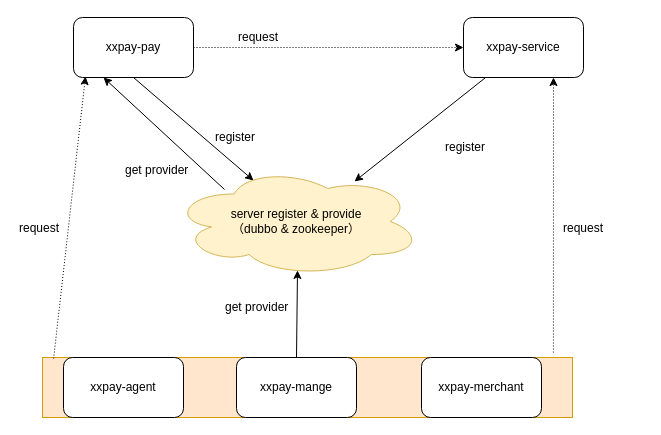
Before: xxpay-dependency-details.drawio in dengjunwen/UML, a draw.io diagram. Source tidied: cells renumbered, new cells numbered last; positions are measured from the earlier drawing's top-left corner, leaving out a move shared by most shapes. Both pictures are drawn from the tidied source at 100%, with x=0, y=0 at pixel (17, 17).
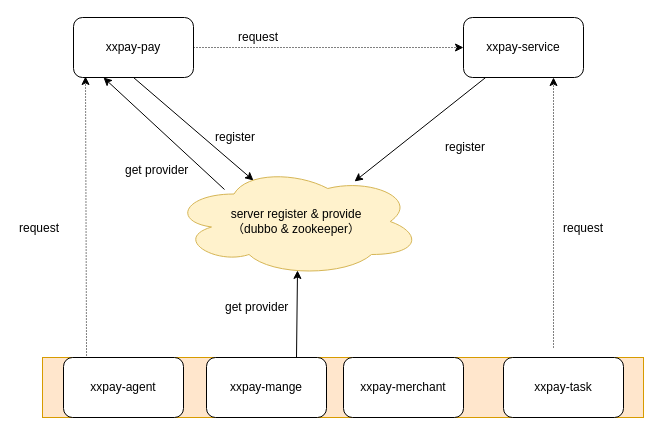
The same page after the edit.

The change refers to these unchanged cells:
```xml
<mxCell id="3" value="xxpay-service" style="rounded=1;whiteSpace=wrap;html=1;" parent="1" vertex="1">
  <mxGeometry x="446" width="120" height="60" as="geometry" />
</mxCell>
<mxCell id="4" value="xxpay-pay" style="rounded=1;whiteSpace=wrap;html=1;" parent="1" vertex="1">
  <mxGeometry x="56" width="120" height="60" as="geometry" />
</mxCell>
<mxCell id="6" value="server register &amp;amp; provide&lt;br&gt;（dubbo &amp;amp; zookeeper）" style="ellipse;shape=cloud;whiteSpace=wrap;html=1;fillColor=#fff2cc;strokeColor=#d6b656;" parent="1" vertex="1">
  <mxGeometry x="154" y="149" width="250" height="110" as="geometry" />
</mxCell>
<mxCell id="11" value="xxpay-agent" style="rounded=1;whiteSpace=wrap;html=1;" parent="1" vertex="1">
  <mxGeometry x="46" y="340" width="120" height="60" as="geometry" />
</mxCell>
```

Change to the diagram source:
```diff
@@
     <mxCell id="2" style="rounded=0;whiteSpace=wrap;html=1;fillColor=#ffe6cc;strokeColor=#d79b00;" parent="1" vertex="1">
-      <mxGeometry x="25" y="340" width="530" height="60" as="geometry" />
+      <mxGeometry x="25" y="340" width="601" height="60" as="geometry" />
     </mxCell>
@@
-    <mxCell id="10" value="xxpay-mange" style="rounded=1;whiteSpace=wrap;html=1;" parent="1" vertex="1">
-      <mxGeometry x="219" y="340" width="120" height="60" as="geometry" />
-    </mxCell>
@@
     <mxCell id="12" value="xxpay-merchant" style="rounded=1;whiteSpace=wrap;html=1;" parent="1" vertex="1">
-      <mxGeometry x="404" y="340" width="120" height="60" as="geometry" />
+      <mxGeometry x="326" y="340" width="120" height="60" as="geometry" />
     </mxCell>
-    <mxCell id="13" style="endArrow=classic;html=1;entryX=0.504;entryY=0.945;entryDx=0;entryDy=0;entryPerimeter=0;exitX=0.5;exitY=0;exitDx=0;exitDy=0;" parent="1" edge="1" source="10" target="6">
-      <mxGeometry relative="1" as="geometry" />
+    <mxCell id="13" style="endArrow=classic;html=1;entryX=0.504;entryY=0.945;entryDx=0;entryDy=0;entryPerimeter=0;exitX=0.5;exitY=0;exitDx=0;exitDy=0;" parent="1" edge="1" target="6">
+      <mxGeometry relative="1" as="geometry">
+        <mxPoint x="279" y="340" as="sourcePoint" />
+      </mxGeometry>
     </mxCell>
@@
-    <mxCell id="15" style="endArrow=classic;html=1;entryX=0.75;entryY=1;entryDx=0;entryDy=0;exitX=0.964;exitY=-0.083;exitDx=0;exitDy=0;exitPerimeter=0;dashed=1;dashPattern=1 2;" parent="1" edge="1" source="2" target="3">
-      <mxGeometry relative="1" as="geometry" />
+    <mxCell id="15" style="endArrow=classic;html=1;entryX=0.75;entryY=1;entryDx=0;entryDy=0;dashed=1;dashPattern=1 2;" parent="1" edge="1" target="3">
+      <mxGeometry relative="1" as="geometry">
+        <mxPoint x="536" y="330" as="sourcePoint" />
+      </mxGeometry>
     </mxCell>
-    <mxCell id="16" style="endArrow=classic;html=1;dashed=1;dashPattern=1 2;entryX=0.1;entryY=0.983;entryDx=0;entryDy=0;entryPerimeter=0;exitX=0.021;exitY=0.017;exitDx=0;exitDy=0;exitPerimeter=0;" parent="1" edge="1" source="2" target="4">
+    <mxCell id="16" style="endArrow=classic;html=1;dashed=1;dashPattern=1 2;entryX=0.1;entryY=0.983;entryDx=0;entryDy=0;entryPerimeter=0;exitX=0.192;exitY=-0.033;exitDx=0;exitDy=0;exitPerimeter=0;" parent="1" edge="1" source="11" target="4">
       <mxGeometry relative="1" as="geometry" />
     </mxCell>
@@
+    <mxCell id="23" value="xxpay-task" style="rounded=1;whiteSpace=wrap;html=1;" parent="1" vertex="1">
+      <mxGeometry x="486" y="340" width="120" height="60" as="geometry" />
+    </mxCell>
+    <mxCell id="10" value="xxpay-mange" style="rounded=1;whiteSpace=wrap;html=1;" parent="1" vertex="1">
+      <mxGeometry x="189" y="340" width="120" height="60" as="geometry" />
+    </mxCell>
```
